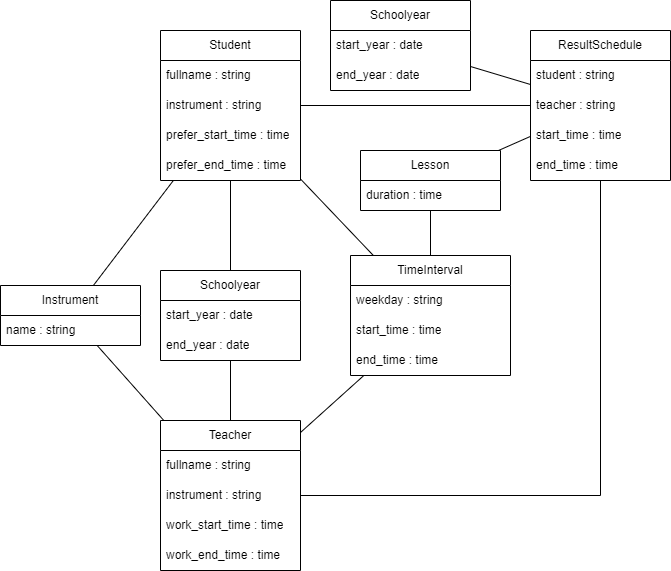
Earlier version of the draw.io export Диаграмма_классов.png (watashinonericell/myrepos). Source tidied: cells renumbered, new cells last; positions are measured from the earlier drawing's top-left corner, leaving out a move shared by most shapes.
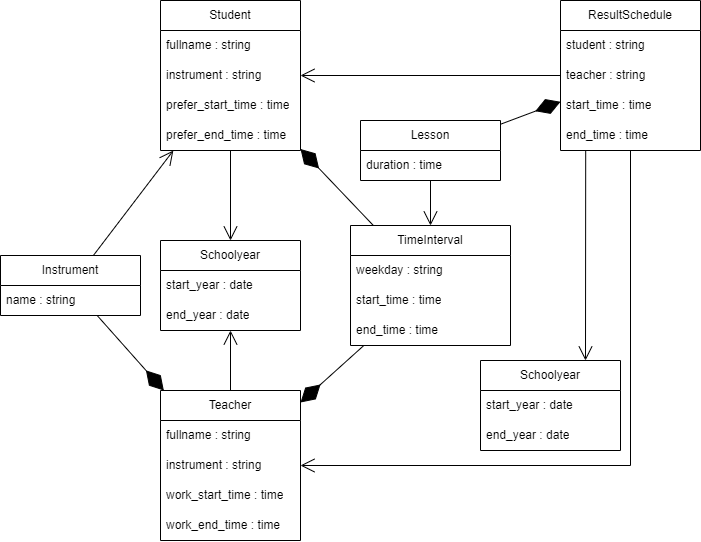
Later version of the same file.

Change to the diagram source:
```diff
@@ -42,7 +42,7 @@
       <mxGeometry y="30" width="140" height="30" as="geometry" />
     </mxCell>
     <mxCell id="15" value="Schoolyear" style="swimlane;fontStyle=0;horizontal=1;startSize=30;whiteSpace=wrap;html=1;" parent="1" vertex="1">
-      <mxGeometry x="330" width="140" height="90" as="geometry" />
+      <mxGeometry x="480" y="390" width="140" height="90" as="geometry" />
     </mxCell>
     <mxCell id="16" value="start_year&amp;nbsp;: date" style="text;strokeColor=none;fillColor=none;align=left;verticalAlign=middle;spacingLeft=4;spacingRight=4;overflow=hidden;whiteSpace=wrap;html=1;" parent="15" vertex="1">
       <mxGeometry y="30" width="140" height="30" as="geometry" />
@@ -51,7 +51,7 @@
       <mxGeometry y="60" width="140" height="30" as="geometry" />
     </mxCell>
     <mxCell id="18" value="ResultSchedule" style="swimlane;fontStyle=0;horizontal=1;startSize=30;whiteSpace=wrap;html=1;" parent="1" vertex="1">
-      <mxGeometry x="530" y="30" width="140" height="150" as="geometry" />
+      <mxGeometry x="560" y="30" width="140" height="150" as="geometry" />
     </mxCell>
     <mxCell id="19" value="student : string" style="text;strokeColor=none;fillColor=none;align=left;verticalAlign=middle;spacingLeft=4;spacingRight=4;overflow=hidden;whiteSpace=wrap;html=1;" parent="18" vertex="1">
       <mxGeometry y="30" width="140" height="30" as="geometry" />
@@ -89,42 +89,42 @@
     <mxCell id="30" value="end_year : date" style="text;strokeColor=none;fillColor=none;align=left;verticalAlign=middle;spacingLeft=4;spacingRight=4;overflow=hidden;whiteSpace=wrap;html=1;" parent="28" vertex="1">
       <mxGeometry y="60" width="140" height="30" as="geometry" />
     </mxCell>
+    <mxCell id="36" style="endArrow=open;endFill=1;endSize=12;html=1;rounded=0;" parent="1" edge="1" source="13" target="2">
+      <mxGeometry relative="1" as="geometry" />
+    </mxCell>
+    <mxCell id="42" style="endArrow=open;endFill=1;endSize=12;html=1;rounded=0;" parent="1" edge="1" source="2" target="28">
+      <mxGeometry relative="1" as="geometry" />
+    </mxCell>
+    <mxCell id="35" style="endArrow=open;endFill=1;endSize=12;html=1;rounded=0;" parent="1" edge="1" source="23" target="28">
+      <mxGeometry relative="1" as="geometry" />
+    </mxCell>
+    <mxCell id="39" style="endArrow=open;endFill=1;endSize=12;html=1;rounded=0;" parent="1" edge="1" source="7" target="9">
+      <mxGeometry relative="1" as="geometry" />
+    </mxCell>
+    <mxCell id="43" style="endArrow=open;endFill=1;endSize=12;html=1;rounded=0;entryX=0.75;entryY=0;entryDx=0;entryDy=0;exitX=0.18;exitY=0.996;exitDx=0;exitDy=0;exitPerimeter=0;" parent="1" edge="1" source="22" target="15">
+      <mxGeometry relative="1" as="geometry" />
+    </mxCell>
+    <mxCell id="44" style="endArrow=open;endFill=1;endSize=12;html=1;rounded=0;" parent="1" edge="1" source="18" target="23">
+      <mxGeometry relative="1" as="geometry">
+        <Array as="points">
+          <mxPoint x="630" y="495" />
+        </Array>
+      </mxGeometry>
+    </mxCell>
+    <mxCell id="37" style="endArrow=open;endFill=1;endSize=12;html=1;rounded=0;" parent="1" edge="1" source="18" target="2">
+      <mxGeometry relative="1" as="geometry" />
+    </mxCell>
+    <mxCell id="45" style="endArrow=diamondThin;endFill=1;endSize=24;html=1;rounded=0;" parent="1" edge="1" source="9" target="23">
+      <mxGeometry relative="1" as="geometry" />
+    </mxCell>
+    <mxCell id="34" style="endArrow=diamondThin;endFill=1;endSize=24;html=1;rounded=0;" parent="1" edge="1" source="13" target="23">
+      <mxGeometry relative="1" as="geometry" />
+    </mxCell>
+    <mxCell id="32" style="endArrow=diamondThin;endFill=1;endSize=24;html=1;rounded=0;" parent="1" edge="1" source="9" target="2">
+      <mxGeometry relative="1" as="geometry" />
+    </mxCell>
-    <mxCell id="31" style="endArrow=none;html=1;rounded=0;" parent="1" edge="1" source="7" target="18">
+    <mxCell id="31" style="endArrow=diamondThin;endFill=1;endSize=24;html=1;rounded=0;" parent="1" edge="1" source="7" target="18">
       <mxGeometry relative="1" as="geometry" />
     </mxCell>
-    <mxCell id="32" style="endArrow=none;html=1;rounded=0;" parent="1" edge="1" source="9" target="2">
-      <mxGeometry relative="1" as="geometry" />
-    </mxCell>
-    <mxCell id="33" style="endArrow=none;html=1;rounded=0;" parent="1" edge="1" source="28" target="2">
-      <mxGeometry relative="1" as="geometry" />
-    </mxCell>
-    <mxCell id="34" style="endArrow=none;html=1;rounded=0;" parent="1" edge="1" source="13" target="23">
-      <mxGeometry relative="1" as="geometry" />
-    </mxCell>
-    <mxCell id="35" style="endArrow=none;html=1;rounded=0;" parent="1" edge="1" source="23" target="28">
-      <mxGeometry relative="1" as="geometry" />
-    </mxCell>
-    <mxCell id="36" style="endArrow=none;html=1;rounded=0;" parent="1" edge="1" source="13" target="2">
-      <mxGeometry relative="1" as="geometry" />
-    </mxCell>
-    <mxCell id="37" style="endArrow=none;html=1;rounded=0;" parent="1" edge="1" source="18" target="2">
-      <mxGeometry relative="1" as="geometry" />
-    </mxCell>
-    <mxCell id="38" style="endArrow=none;html=1;rounded=0;" parent="1" edge="1" source="23" target="9">
-      <mxGeometry relative="1" as="geometry" />
-    </mxCell>
-    <mxCell id="39" style="endArrow=none;html=1;rounded=0;" parent="1" edge="1" source="7" target="9">
-      <mxGeometry relative="1" as="geometry" />
-    </mxCell>
-    <mxCell id="40" style="endArrow=none;html=1;rounded=0;" parent="1" edge="1" source="23" target="18">
-      <mxGeometry relative="1" as="geometry">
-        <Array as="points">
-          <mxPoint x="600" y="495" />
-        </Array>
-      </mxGeometry>
-    </mxCell>
-    <mxCell id="41" style="endArrow=none;html=1;rounded=0;" parent="1" edge="1" source="15" target="18">
-      <mxGeometry relative="1" as="geometry" />
-    </mxCell>
   </root>
 </mxGraphModel>
```
